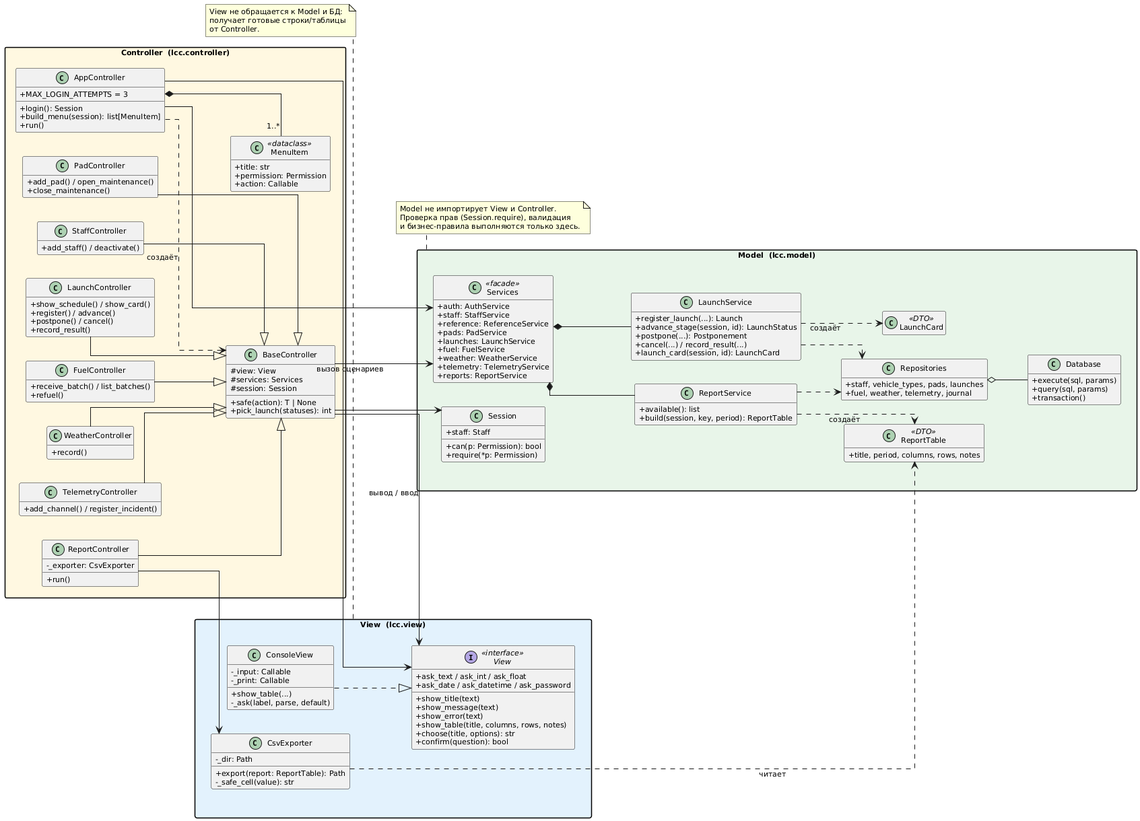
Above: docs/diagrams/uml/class_mvc.png in r3DBAD/SpaceCenter (PlantUML), before the change. The source it was exported from:
```plantuml
@startuml class_mvc
skinparam DefaultFontName Arial
skinparam DefaultFontSize 11
skinparam BackgroundColor white
skinparam shadowing false
skinparam classAttributeIconSize 0
skinparam packageStyle rectangle
skinparam linetype ortho
hide empty members
left to right direction

package "View  (lcc.view)" as V #E3F2FD {
  interface View <<interface>> {
    +show_title(text)
    +show_message(text)
    +show_error(text)
    +show_table(title, columns, rows, notes)
    +choose(title, options): str
    +ask_text / ask_int / ask_float
    +ask_date / ask_datetime / ask_password
    +confirm(question): bool
  }
  class ConsoleView {
    -_input: Callable
    -_print: Callable
    +show_table(...)
    -_ask(label, parse, default)
  }
  class CsvExporter {
    -_dir: Path
    +export(report: ReportTable): Path
    -_safe_cell(value): str
  }
  ConsoleView ..|> View
}

package "Controller  (lcc.controller)" as C #FFF8E1 {
  class AppController {
    +MAX_LOGIN_ATTEMPTS = 3
    +login(): Session
    +build_menu(session): list[MenuItem]
    +run()
  }
  class MenuItem <<dataclass>> {
    +title: str
    +permission: Permission
    +action: Callable
  }
  class BaseController {
    #view: View
    #services: Services
    #session: Session
    +safe(action): T | None
    +pick_launch(statuses): int
  }
  class LaunchController {
    +show_schedule() / show_card()
    +register() / advance()
    +postpone() / cancel()
    +record_result()
  }
  class FuelController {
    +receive_batch() / list_batches()
    +refuel()
  }
  class WeatherController {
    +record()
  }
  class TelemetryController {
    +add_channel() / register_incident()
  }
  class PadController {
    +add_pad() / open_maintenance()
    +close_maintenance()
  }
  class StaffController {
    +add_staff() / deactivate()
  }
  class ReportController {
    -_exporter: CsvExporter
    +run()
  }
  LaunchController --|> BaseController
  FuelController --|> BaseController
  WeatherController --|> BaseController
  TelemetryController --|> BaseController
  PadController --|> BaseController
  StaffController --|> BaseController
  ReportController --|> BaseController
  AppController *-- "1..*" MenuItem
  AppController ..> BaseController : создаёт
}

package "Model  (lcc.model)" as M #E8F5E9 {
  class Services <<facade>> {
    +auth: AuthService
    +staff: StaffService
    +reference: ReferenceService
    +pads: PadService
    +launches: LaunchService
    +fuel: FuelService
    +weather: WeatherService
    +telemetry: TelemetryService
    +reports: ReportService
  }
  class Session {
    +staff: Staff
    +can(p: Permission): bool
    +require(*p: Permission)
  }
  class "LaunchService" as LS {
    +register_launch(...): Launch
    +advance_stage(session, id): LaunchStatus
    +postpone(...): Postponement
    +cancel(...) / record_result(...)
    +launch_card(session, id): LaunchCard
  }
  class ReportService {
    +available(): list
    +build(session, key, period): ReportTable
  }
  class ReportTable <<DTO>> {
    +title, period, columns, rows, notes
  }
  class LaunchCard <<DTO>>
  class Repositories {
    +staff, vehicle_types, pads, launches
    +fuel, weather, telemetry, journal
  }
  class Database {
    +execute(sql, params)
    +query(sql, params)
    +transaction()
  }
  Services *-- LS
  Services *-- ReportService
  LS ..> Repositories
  ReportService ..> Repositories
  ReportService ..> ReportTable : создаёт
  LS ..> LaunchCard : создаёт
  Repositories o-- Database
}

BaseController --> View : вывод / ввод
BaseController --> Services : вызов сценариев
BaseController --> Session
AppController --> View
AppController --> Services
ReportController --> CsvExporter
CsvExporter ..> ReportTable : читает

note bottom of M
  Model не импортирует View и Controller.
  Проверка прав (Session.require), валидация
  и бизнес-правила выполняются только здесь.
end note
note bottom of V
  View не обращается к Model и БД:
  получает готовые строки/таблицы
  от Controller.
end note
@enduml
```
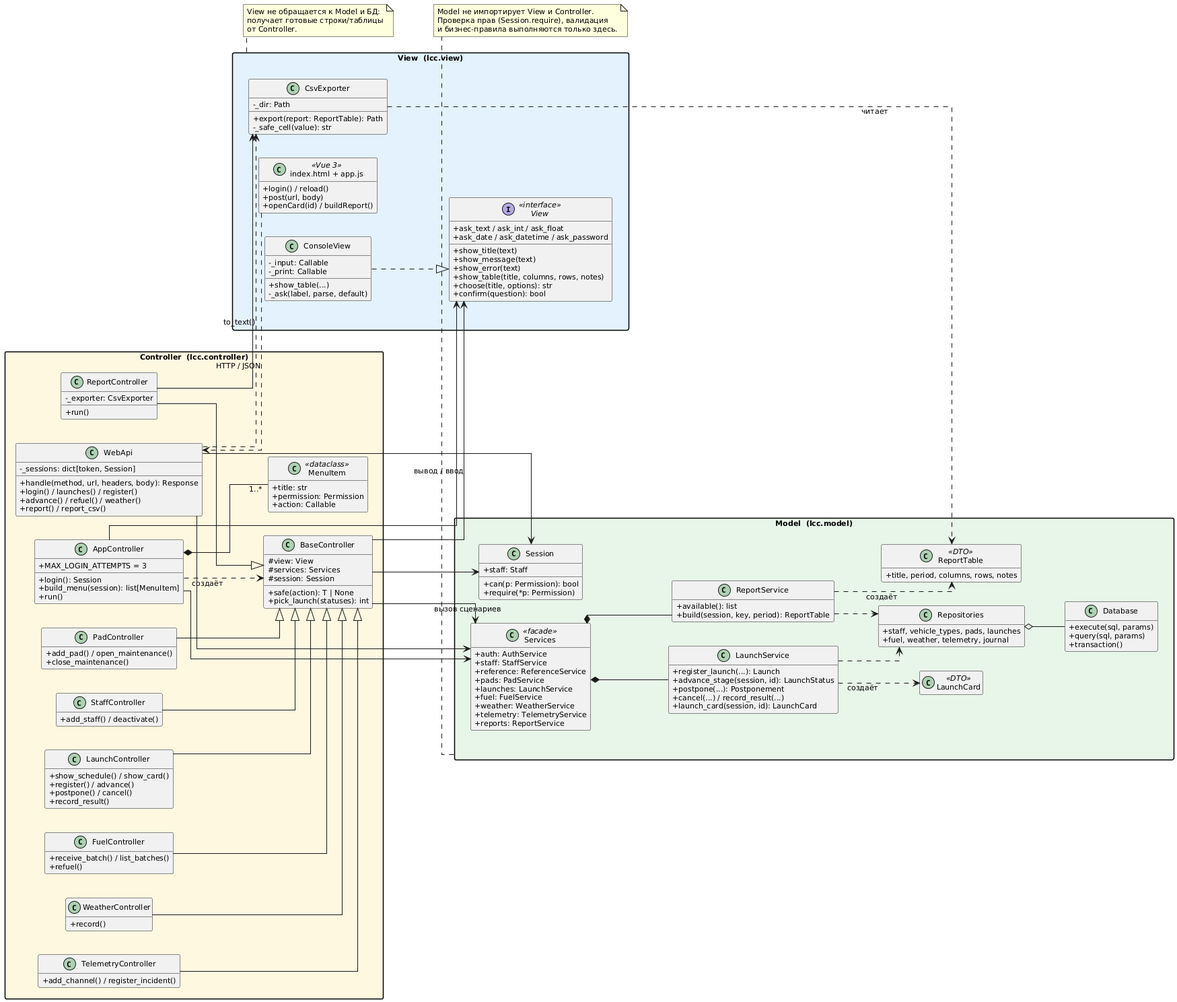
Later version of the same file.

What changed in the source:
```diff
@@ -32,6 +32,11 @@
     -_safe_cell(value): str
   }
   ConsoleView ..|> View
+  class "index.html + app.js" as WebUI <<Vue 3>> {
+    +login() / reload()
+    +post(url, body)
+    +openCard(id) / buildReport()
+  }
 }
 
 package "Controller  (lcc.controller)" as C #FFF8E1 {
@@ -89,6 +94,13 @@
   ReportController --|> BaseController
   AppController *-- "1..*" MenuItem
   AppController ..> BaseController : создаёт
+  class WebApi {
+    -_sessions: dict[token, Session]
+    +handle(method, url, headers, body): Response
+    +login() / launches() / register()
+    +advance() / refuel() / weather()
+    +report() / report_csv()
+  }
 }
 
 package "Model  (lcc.model)" as M #E8F5E9 {
@@ -147,6 +159,10 @@
 AppController --> View
 AppController --> Services
 ReportController --> CsvExporter
+WebUI ..> WebApi : HTTP / JSON
+WebApi --> Services
+WebApi --> Session
+WebApi ..> CsvExporter : to_text()
 CsvExporter ..> ReportTable : читает
 
 note bottom of M
```
